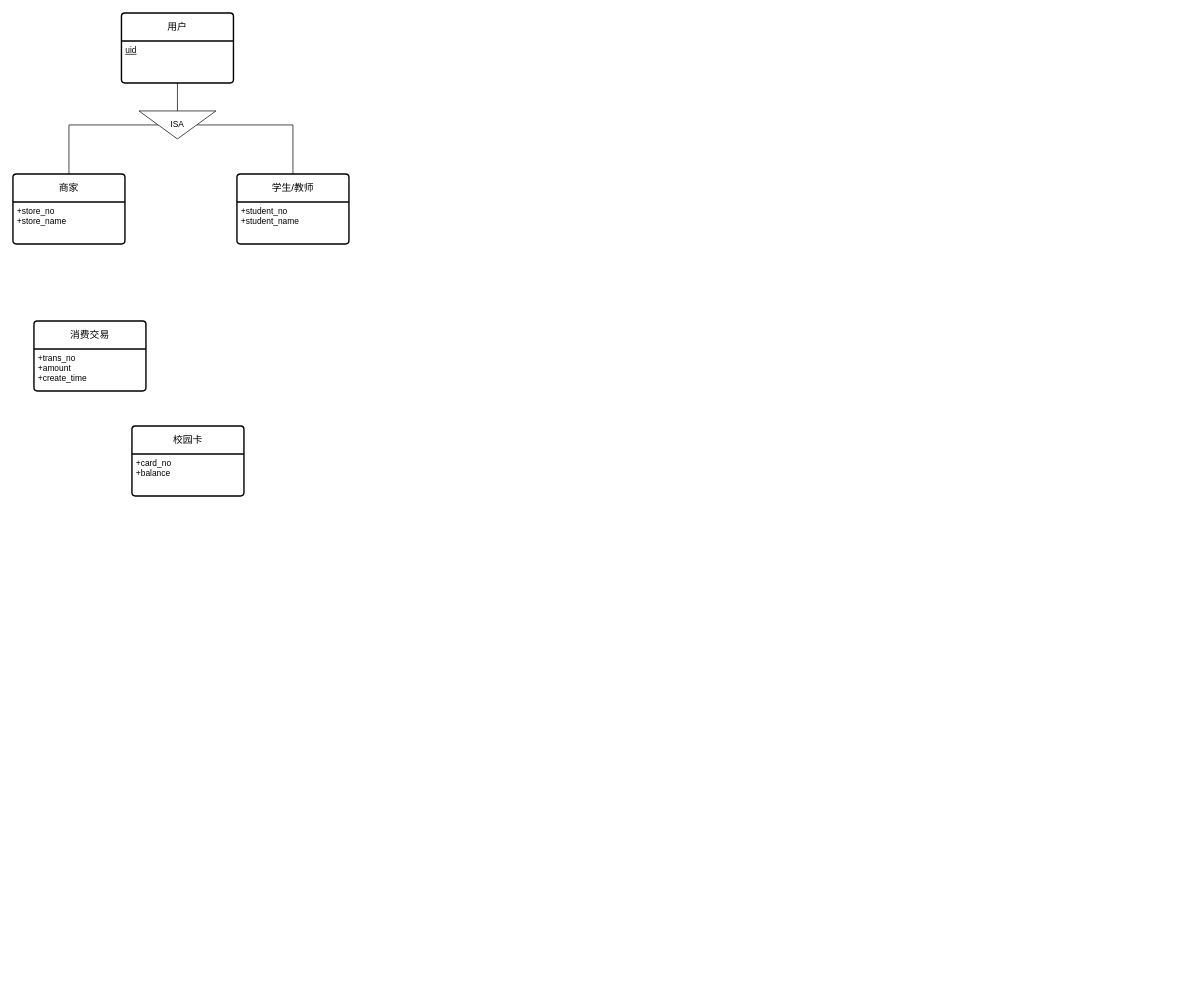
The draw.io diagram ER-Charts/ER_CampusCard.drawio in ShiaoYoung/Database-course_design, before the edit. Source tidied: cells renumbered, new cells numbered last; positions are measured from the earlier drawing's top-left corner, leaving out a move shared by most shapes. Both pictures are drawn from the tidied source at 70%, with x=0, y=0 at pixel (13, 13).
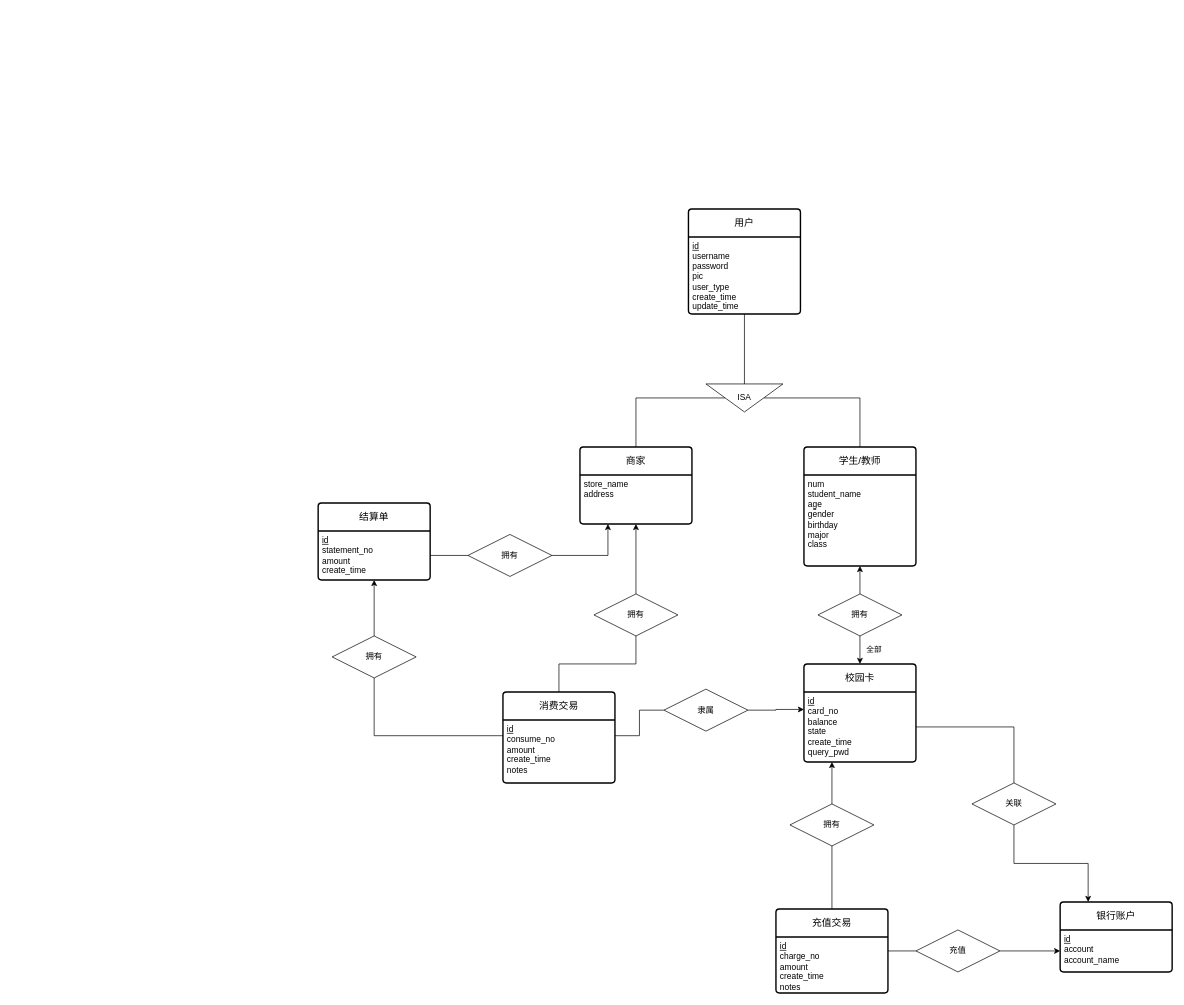
The same diagram, later.

Diff of the diagram source:
```diff
@@
     <mxCell id="2" value="商家" style="swimlane;horizontal=1;startSize=40;rounded=1;fontSize=14;fontStyle=0;strokeWidth=2;shadow=0;dashed=0;align=center;arcSize=4;whiteSpace=wrap;html=1;" parent="1" vertex="1">
-      <mxGeometry y="230" width="160" height="100" as="geometry" />
+      <mxGeometry x="810" y="620" width="160" height="110" as="geometry" />
     </mxCell>
-    <mxCell id="3" value="+store_no&lt;br&gt;+store_name" style="align=left;strokeColor=none;fillColor=none;spacingLeft=4;fontSize=12;verticalAlign=top;html=1;" parent="2" vertex="1">
-      <mxGeometry y="40" width="160" height="60" as="geometry" />
+    <mxCell id="3" value="&lt;div&gt;store_name&lt;div&gt;address&lt;/div&gt;&lt;/div&gt;" style="align=left;strokeColor=none;fillColor=none;spacingLeft=4;fontSize=12;verticalAlign=top;html=1;" parent="2" vertex="1">
+      <mxGeometry y="40" width="160" height="70" as="geometry" />
     </mxCell>
     <mxCell id="4" value="校园卡" style="swimlane;horizontal=1;startSize=40;rounded=1;fontSize=14;fontStyle=0;strokeWidth=2;shadow=0;dashed=0;align=center;arcSize=4;whiteSpace=wrap;html=1;" parent="1" vertex="1">
-      <mxGeometry x="170" y="590" width="160" height="100" as="geometry" />
+      <mxGeometry x="1130" y="930" width="160" height="140" as="geometry" />
     </mxCell>
-    <mxCell id="5" value="+card_no&lt;br&gt;+balance" style="align=left;strokeColor=none;fillColor=none;spacingLeft=4;fontSize=12;verticalAlign=top;html=1;" parent="4" vertex="1">
-      <mxGeometry y="40" width="160" height="60" as="geometry" />
+    <mxCell id="5" value="&lt;u&gt;id&lt;/u&gt;&lt;div&gt;card_no&lt;br&gt;balance&lt;/div&gt;&lt;div&gt;state&lt;/div&gt;&lt;div&gt;create_time&lt;/div&gt;&lt;div&gt;query_pwd&lt;/div&gt;" style="align=left;strokeColor=none;fillColor=none;spacingLeft=4;fontSize=12;verticalAlign=top;html=1;" parent="4" vertex="1">
+      <mxGeometry y="40" width="160" height="100" as="geometry" />
     </mxCell>
     <mxCell id="6" value="用户" style="swimlane;horizontal=1;startSize=40;rounded=1;fontSize=14;fontStyle=0;strokeWidth=2;shadow=0;dashed=0;align=center;arcSize=4;whiteSpace=wrap;html=1;" parent="1" vertex="1">
-      <mxGeometry x="155" width="160" height="100" as="geometry" />
+      <mxGeometry x="965" y="280" width="160" height="150" as="geometry" />
     </mxCell>
-    <mxCell id="7" value="&lt;u&gt;uid&lt;/u&gt;&lt;div&gt;&lt;br/&gt;&lt;/div&gt;" style="align=left;strokeColor=none;fillColor=none;spacingLeft=4;fontSize=12;verticalAlign=top;html=1;" parent="6" vertex="1">
-      <mxGeometry y="40" width="160" height="60" as="geometry" />
+    <mxCell id="7" value="&lt;u&gt;id&lt;/u&gt;&lt;div&gt;username&lt;/div&gt;&lt;div&gt;password&lt;/div&gt;&lt;div&gt;pic&lt;/div&gt;&lt;div&gt;user_type&lt;/div&gt;&lt;div&gt;create_time&lt;/div&gt;&lt;div&gt;update_time&lt;/div&gt;" style="align=left;strokeColor=none;fillColor=none;spacingLeft=4;fontSize=12;verticalAlign=top;html=1;" parent="6" vertex="1">
+      <mxGeometry y="40" width="160" height="110" as="geometry" />
     </mxCell>
     <mxCell id="8" value="学生/教师" style="swimlane;horizontal=1;startSize=40;rounded=1;fontSize=14;fontStyle=0;strokeWidth=2;shadow=0;dashed=0;align=center;arcSize=4;whiteSpace=wrap;html=1;" parent="1" vertex="1">
-      <mxGeometry x="320" y="230" width="160" height="100" as="geometry" />
+      <mxGeometry x="1130" y="620" width="160" height="170" as="geometry" />
     </mxCell>
-    <mxCell id="9" value="+student_no&lt;br&gt;+student_name" style="align=left;strokeColor=none;fillColor=none;spacingLeft=4;fontSize=12;verticalAlign=top;html=1;" parent="8" vertex="1">
-      <mxGeometry y="40" width="160" height="60" as="geometry" />
+    <mxCell id="9" value="&lt;div&gt;&lt;span style=&quot;background-color: initial;&quot;&gt;num&lt;/span&gt;&lt;br&gt;&lt;/div&gt;student_name&lt;div&gt;age&lt;/div&gt;&lt;div&gt;gender&lt;/div&gt;&lt;div&gt;birthday&lt;/div&gt;&lt;div&gt;major&lt;/div&gt;&lt;div&gt;class&lt;/div&gt;" style="align=left;strokeColor=none;fillColor=none;spacingLeft=4;fontSize=12;verticalAlign=top;html=1;" parent="8" vertex="1">
+      <mxGeometry y="40" width="160" height="130" as="geometry" />
     </mxCell>
@@
     <mxCell id="12" value="ISA" style="triangle;whiteSpace=wrap;html=1;direction=south;" parent="1" vertex="1">
-      <mxGeometry x="180" y="140" width="110" height="40" as="geometry" />
+      <mxGeometry x="990" y="530" width="110" height="40" as="geometry" />
     </mxCell>
@@
+    <mxCell id="16" style="edgeStyle=orthogonalEdgeStyle;rounded=0;jettySize=auto;html=1;exitX=0.5;exitY=0;exitDx=0;exitDy=0;entryX=0.5;entryY=1;entryDx=0;entryDy=0;endArrow=none;endFill=0;" parent="1" edge="1" source="14" target="42">
+      <mxGeometry relative="1" as="geometry" />
+    </mxCell>
     <mxCell id="14" value="消费交易" style="swimlane;horizontal=1;startSize=40;rounded=1;fontSize=14;fontStyle=0;strokeWidth=2;shadow=0;dashed=0;align=center;arcSize=4;whiteSpace=wrap;html=1;" parent="1" vertex="1">
-      <mxGeometry x="30" y="440" width="160" height="100" as="geometry" />
+      <mxGeometry x="700" y="970" width="160" height="130" as="geometry" />
     </mxCell>
-    <mxCell id="15" value="+trans_no&lt;br&gt;+amount&lt;div&gt;+create_time&lt;/div&gt;" style="align=left;strokeColor=none;fillColor=none;spacingLeft=4;fontSize=12;verticalAlign=top;html=1;" parent="14" vertex="1">
-      <mxGeometry y="40" width="160" height="60" as="geometry" />
+    <mxCell id="15" value="&lt;u&gt;id&lt;/u&gt;&lt;div&gt;consume_no&lt;br&gt;amount&lt;div&gt;create_time&lt;/div&gt;&lt;/div&gt;&lt;div&gt;notes&lt;/div&gt;" style="align=left;strokeColor=none;fillColor=none;spacingLeft=4;fontSize=12;verticalAlign=top;html=1;" parent="14" vertex="1">
+      <mxGeometry y="40" width="160" height="90" as="geometry" />
     </mxCell>
+    <mxCell id="17" value="充值交易" style="swimlane;horizontal=1;startSize=40;rounded=1;fontSize=14;fontStyle=0;strokeWidth=2;shadow=0;dashed=0;align=center;arcSize=4;whiteSpace=wrap;html=1;" parent="1" vertex="1">
+      <mxGeometry x="1090" y="1280" width="160" height="120" as="geometry" />
+    </mxCell>
+    <mxCell id="18" value="&lt;u&gt;id&lt;/u&gt;&lt;div&gt;charge_no&lt;br&gt;amount&lt;div&gt;create_time&lt;/div&gt;&lt;/div&gt;&lt;div&gt;notes&lt;/div&gt;" style="align=left;strokeColor=none;fillColor=none;spacingLeft=4;fontSize=12;verticalAlign=top;html=1;" parent="17" vertex="1">
+      <mxGeometry y="40" width="160" height="80" as="geometry" />
+    </mxCell>
+    <mxCell id="19" value="银行账户" style="swimlane;horizontal=1;startSize=40;rounded=1;fontSize=14;fontStyle=0;strokeWidth=2;shadow=0;dashed=0;align=center;arcSize=4;whiteSpace=wrap;html=1;" parent="1" vertex="1">
+      <mxGeometry x="1496" y="1270" width="160" height="100" as="geometry" />
+    </mxCell>
+    <mxCell id="20" value="&lt;u&gt;id&lt;/u&gt;&lt;div&gt;account&lt;br&gt;account_name&lt;/div&gt;" style="align=left;strokeColor=none;fillColor=none;spacingLeft=4;fontSize=12;verticalAlign=top;html=1;" parent="19" vertex="1">
+      <mxGeometry y="40" width="160" height="60" as="geometry" />
+    </mxCell>
+    <mxCell id="21" value="结算单" style="swimlane;horizontal=1;startSize=40;rounded=1;fontSize=14;fontStyle=0;strokeWidth=2;shadow=0;dashed=0;align=center;arcSize=4;whiteSpace=wrap;html=1;" parent="1" vertex="1">
+      <mxGeometry x="436" y="700" width="160" height="110" as="geometry" />
+    </mxCell>
+    <mxCell id="22" value="&lt;u&gt;id&lt;/u&gt;&lt;div&gt;statement_no&lt;br&gt;amount&lt;/div&gt;&lt;div&gt;create_time&lt;/div&gt;" style="align=left;strokeColor=none;fillColor=none;spacingLeft=4;fontSize=12;verticalAlign=top;html=1;" parent="21" vertex="1">
+      <mxGeometry y="40" width="160" height="70" as="geometry" />
+    </mxCell>
+    <mxCell id="23" style="edgeStyle=orthogonalEdgeStyle;rounded=0;jettySize=auto;html=1;exitX=0.5;exitY=0;exitDx=0;exitDy=0;entryX=0.5;entryY=1;entryDx=0;entryDy=0;" parent="1" edge="1" source="25" target="9">
+      <mxGeometry relative="1" as="geometry" />
+    </mxCell>
+    <mxCell id="24" value="全部" style="edgeStyle=orthogonalEdgeStyle;rounded=0;jettySize=auto;html=1;exitX=0.5;exitY=1;exitDx=0;exitDy=0;entryX=0.5;entryY=0;entryDx=0;entryDy=0;" parent="1" edge="1" source="25" target="4">
+      <mxGeometry y="20" relative="1" as="geometry" />
+    </mxCell>
+    <mxCell id="25" value="拥有" style="shape=rhombus;perimeter=rhombusPerimeter;whiteSpace=wrap;html=1;align=center;" parent="1" vertex="1">
+      <mxGeometry x="1150" y="830" width="120" height="60" as="geometry" />
+    </mxCell>
+    <mxCell id="26" style="edgeStyle=orthogonalEdgeStyle;rounded=0;jettySize=auto;html=1;exitX=0.5;exitY=1;exitDx=0;exitDy=0;entryX=0.5;entryY=0;entryDx=0;entryDy=0;endArrow=none;endFill=0;" parent="1" edge="1" source="28" target="17">
+      <mxGeometry relative="1" as="geometry" />
+    </mxCell>
+    <mxCell id="27" style="edgeStyle=orthogonalEdgeStyle;rounded=0;jettySize=auto;html=1;exitX=0.5;exitY=0;exitDx=0;exitDy=0;entryX=0.25;entryY=1;entryDx=0;entryDy=0;" parent="1" edge="1" source="28" target="5">
+      <mxGeometry relative="1" as="geometry" />
+    </mxCell>
+    <mxCell id="28" value="拥有" style="shape=rhombus;perimeter=rhombusPerimeter;whiteSpace=wrap;html=1;align=center;" parent="1" vertex="1">
+      <mxGeometry x="1110" y="1130" width="120" height="60" as="geometry" />
+    </mxCell>
+    <mxCell id="29" style="edgeStyle=orthogonalEdgeStyle;rounded=0;jettySize=auto;html=1;exitX=1;exitY=0.5;exitDx=0;exitDy=0;" parent="1" edge="1" source="30" target="20">
+      <mxGeometry relative="1" as="geometry" />
+    </mxCell>
+    <mxCell id="30" value="充值" style="shape=rhombus;perimeter=rhombusPerimeter;whiteSpace=wrap;html=1;align=center;" parent="1" vertex="1">
+      <mxGeometry x="1290" y="1310" width="120" height="60" as="geometry" />
+    </mxCell>
+    <mxCell id="31" style="edgeStyle=orthogonalEdgeStyle;rounded=0;jettySize=auto;html=1;exitX=1;exitY=0.25;exitDx=0;exitDy=0;entryX=0;entryY=0.5;entryDx=0;entryDy=0;endArrow=none;endFill=0;" parent="1" edge="1" source="18" target="30">
+      <mxGeometry relative="1" as="geometry" />
+    </mxCell>
+    <mxCell id="32" style="edgeStyle=orthogonalEdgeStyle;rounded=0;jettySize=auto;html=1;exitX=0.5;exitY=1;exitDx=0;exitDy=0;entryX=0.25;entryY=0;entryDx=0;entryDy=0;" parent="1" edge="1" source="33" target="19">
+      <mxGeometry relative="1" as="geometry" />
+    </mxCell>
+    <mxCell id="33" value="关联" style="shape=rhombus;perimeter=rhombusPerimeter;whiteSpace=wrap;html=1;align=center;" parent="1" vertex="1">
+      <mxGeometry x="1370" y="1100" width="120" height="60" as="geometry" />
+    </mxCell>
+    <mxCell id="34" style="edgeStyle=orthogonalEdgeStyle;rounded=0;jettySize=auto;html=1;exitX=1;exitY=0.5;exitDx=0;exitDy=0;entryX=0.5;entryY=0;entryDx=0;entryDy=0;endArrow=none;endFill=0;" parent="1" edge="1" source="5" target="33">
+      <mxGeometry relative="1" as="geometry" />
+    </mxCell>
+    <mxCell id="35" style="edgeStyle=orthogonalEdgeStyle;rounded=0;jettySize=auto;html=1;exitX=1;exitY=0.5;exitDx=0;exitDy=0;entryX=0;entryY=0.25;entryDx=0;entryDy=0;" parent="1" edge="1" source="36" target="5">
+      <mxGeometry relative="1" as="geometry" />
+    </mxCell>
+    <mxCell id="36" value="隶属" style="shape=rhombus;perimeter=rhombusPerimeter;whiteSpace=wrap;html=1;align=center;" parent="1" vertex="1">
+      <mxGeometry x="930" y="966" width="120" height="60" as="geometry" />
+    </mxCell>
+    <mxCell id="37" style="edgeStyle=orthogonalEdgeStyle;rounded=0;jettySize=auto;html=1;exitX=1;exitY=0.25;exitDx=0;exitDy=0;entryX=0;entryY=0.5;entryDx=0;entryDy=0;endArrow=none;endFill=0;" parent="1" edge="1" source="15" target="36">
+      <mxGeometry relative="1" as="geometry" />
+    </mxCell>
+    <mxCell id="38" style="edgeStyle=orthogonalEdgeStyle;rounded=0;jettySize=auto;html=1;exitX=0.5;exitY=0;exitDx=0;exitDy=0;entryX=0.5;entryY=1;entryDx=0;entryDy=0;" parent="1" edge="1" source="40" target="22">
+      <mxGeometry relative="1" as="geometry" />
+    </mxCell>
+    <mxCell id="39" style="edgeStyle=orthogonalEdgeStyle;rounded=0;jettySize=auto;html=1;exitX=0.5;exitY=1;exitDx=0;exitDy=0;entryX=0;entryY=0.25;entryDx=0;entryDy=0;endArrow=none;endFill=0;" parent="1" edge="1" source="40" target="15">
+      <mxGeometry relative="1" as="geometry" />
+    </mxCell>
+    <mxCell id="40" value="拥有" style="shape=rhombus;perimeter=rhombusPerimeter;whiteSpace=wrap;html=1;align=center;" parent="1" vertex="1">
+      <mxGeometry x="456" y="890" width="120" height="60" as="geometry" />
+    </mxCell>
+    <mxCell id="41" style="edgeStyle=orthogonalEdgeStyle;rounded=0;jettySize=auto;html=1;exitX=0.5;exitY=0;exitDx=0;exitDy=0;entryX=0.5;entryY=1;entryDx=0;entryDy=0;" parent="1" edge="1" source="42" target="3">
+      <mxGeometry relative="1" as="geometry" />
+    </mxCell>
+    <mxCell id="42" value="拥有" style="shape=rhombus;perimeter=rhombusPerimeter;whiteSpace=wrap;html=1;align=center;" parent="1" vertex="1">
+      <mxGeometry x="830" y="830" width="120" height="60" as="geometry" />
+    </mxCell>
+    <mxCell id="43" style="edgeStyle=orthogonalEdgeStyle;rounded=0;jettySize=auto;html=1;exitX=1;exitY=0.5;exitDx=0;exitDy=0;entryX=0.25;entryY=1;entryDx=0;entryDy=0;" parent="1" edge="1" source="44" target="3">
+      <mxGeometry relative="1" as="geometry" />
+    </mxCell>
+    <mxCell id="44" value="拥有" style="shape=rhombus;perimeter=rhombusPerimeter;whiteSpace=wrap;html=1;align=center;" parent="1" vertex="1">
+      <mxGeometry x="650" y="745" width="120" height="60" as="geometry" />
+    </mxCell>
+    <mxCell id="45" style="edgeStyle=orthogonalEdgeStyle;rounded=0;jettySize=auto;html=1;exitX=1;exitY=0.5;exitDx=0;exitDy=0;entryX=0;entryY=0.5;entryDx=0;entryDy=0;endArrow=none;endFill=0;" parent="1" edge="1" source="22" target="44">
+      <mxGeometry relative="1" as="geometry" />
+    </mxCell>
```
